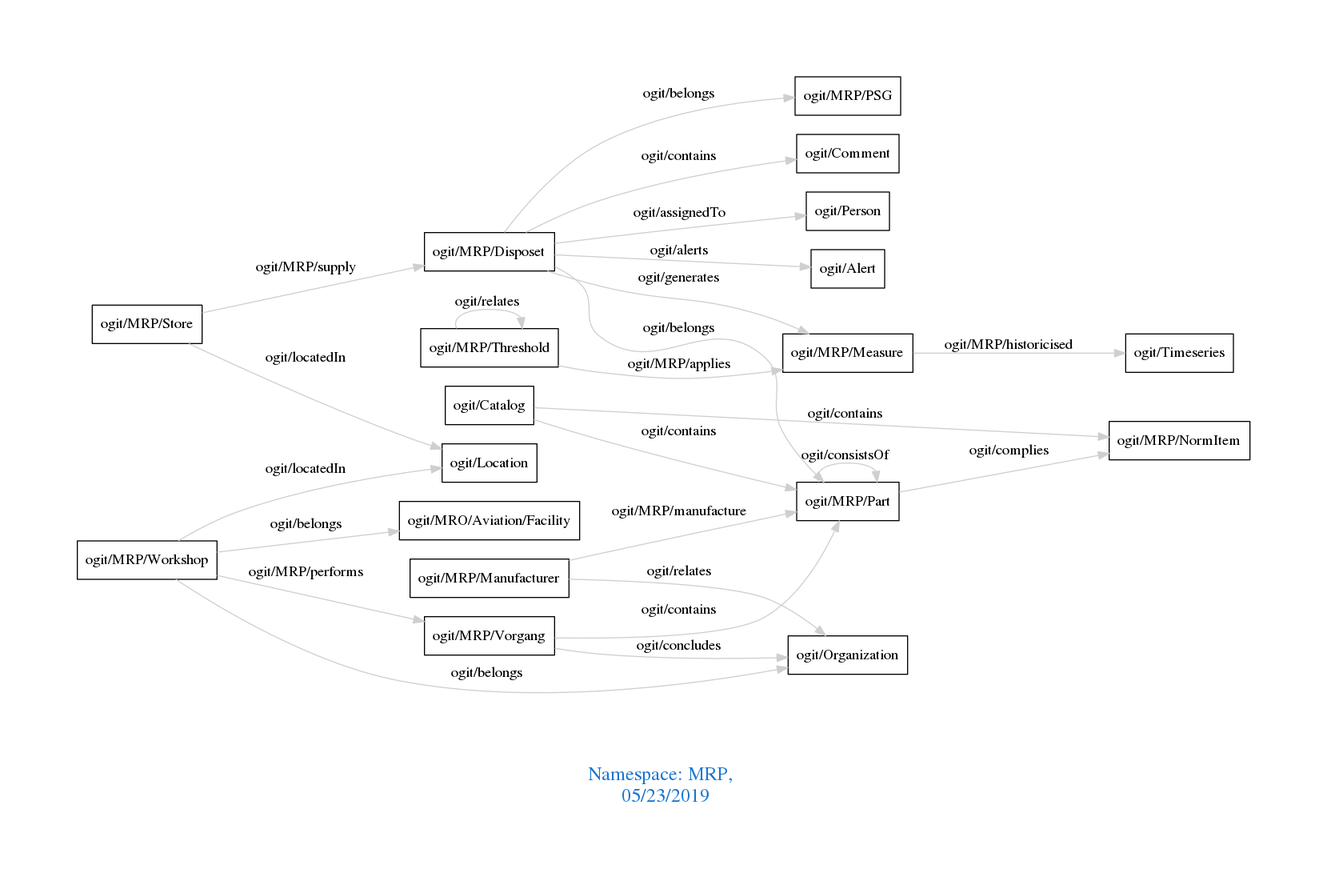
The Graphviz diagram downloads/MRP.png in arago/OGIT, before a commit. Its source is kept beside it as downloads/MRP.dot.
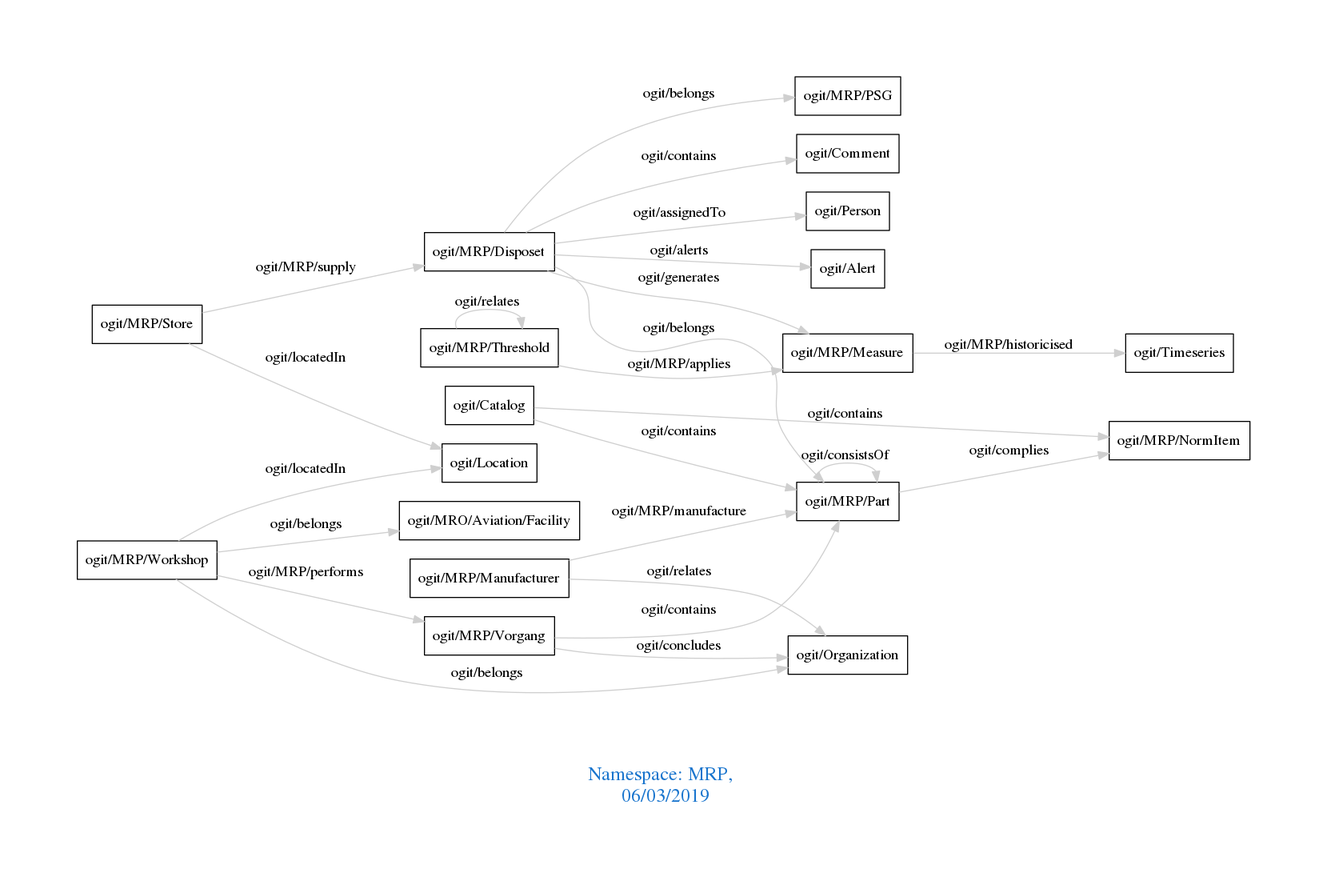
After the commit.

Diff of the diagram source:
```diff
@@ -1,7 +1,7 @@
 digraph OGIT_ontology {
  graph [ rankdir= LR,pad=1
 fontsize = 18,
-fontcolor= dodgerblue3,label = "\n\n\nNamespace: MRP, \n 05/23/2019"];
+fontcolor= dodgerblue3,label = "\n\n\nNamespace: MRP, \n 06/03/2019"];
 node[shape=polygon];
 edge [  color="gray81"];
 
```
